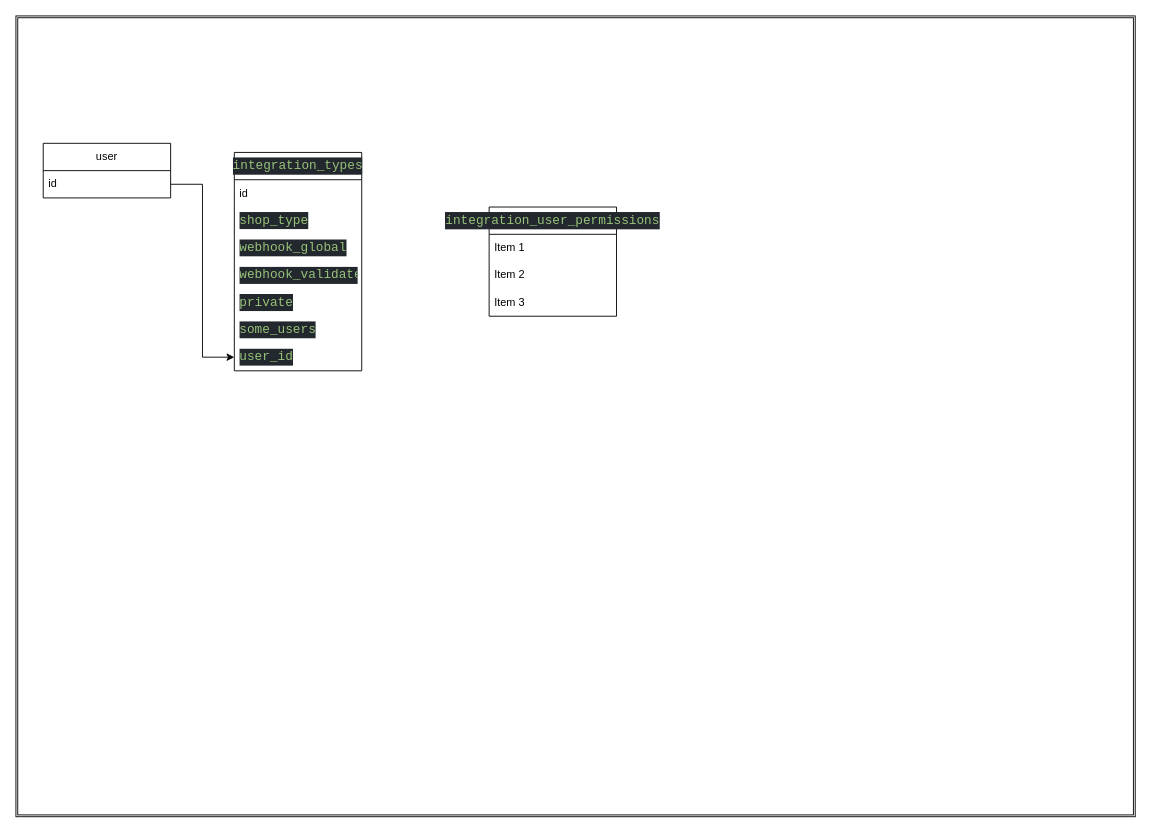
Earlier version of the draw.io diagram page "BD integraciones" (5 of 5) of Diagrama sin título.drawio (jhaineymilevis/diagrams). Source tidied: cells renumbered, new cells numbered last; positions are measured from the earlier drawing's top-left corner, leaving out a move shared by most shapes. Both pictures are drawn from the tidied source at 91%, with x=0, y=0 at pixel (15, 15).
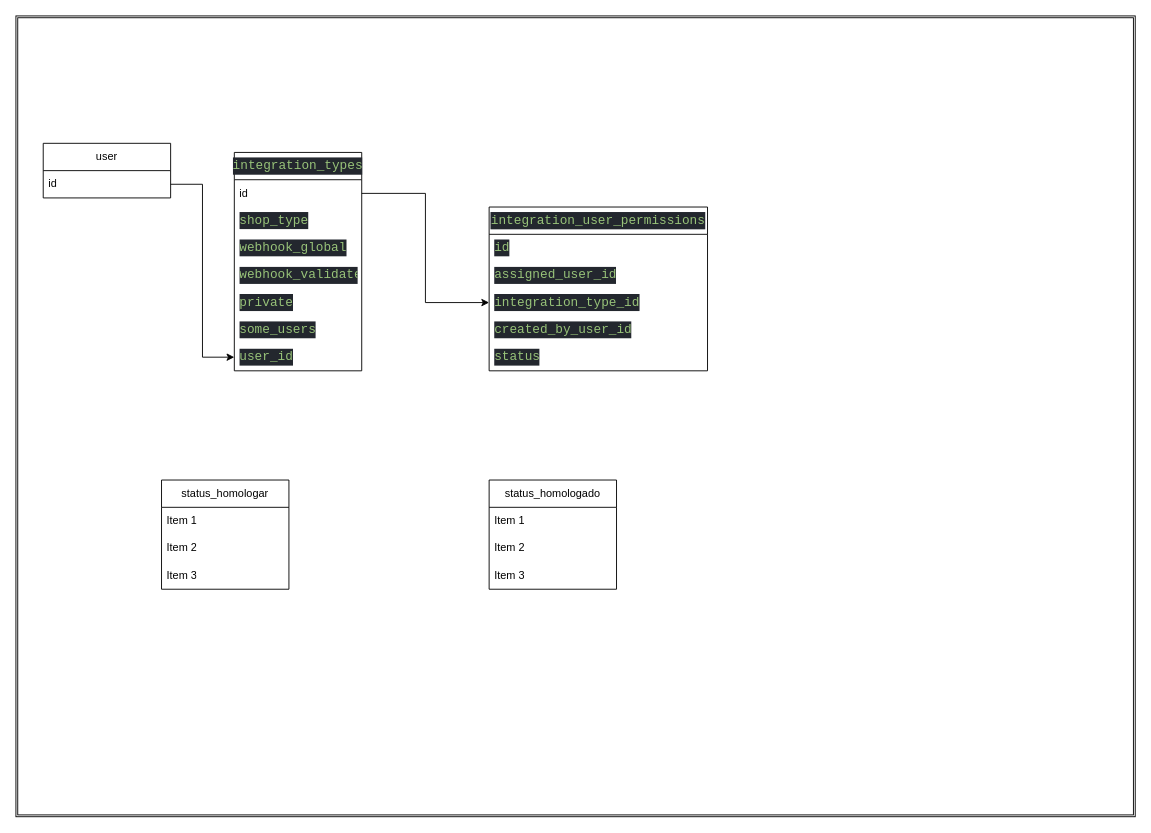
The same diagram, later.

Unchanged cells that the change refers to:
```xml
<mxCell id="4" value="id" style="text;strokeColor=none;fillColor=none;align=left;verticalAlign=middle;spacingLeft=4;spacingRight=4;overflow=hidden;points=[[0,0.5],[1,0.5]];portConstraint=eastwest;whiteSpace=wrap;html=1;" parent="3" vertex="1">
  <mxGeometry y="30" width="140" height="30" as="geometry" />
</mxCell>
```

Change to the diagram source:
```diff
@@
     <mxCell id="14" value="&lt;div style=&quot;color: rgb(171, 178, 191); background-color: rgb(35, 39, 46); font-family: Consolas, &amp;quot;Courier New&amp;quot;, monospace; font-size: 14px; line-height: 19px; white-space: pre;&quot;&gt;&lt;span style=&quot;color: #98c379;&quot;&gt;integration_user_permissions&lt;/span&gt;&lt;/div&gt;" style="swimlane;fontStyle=0;horizontal=1;startSize=30;whiteSpace=wrap;html=1;" parent="1" vertex="1">
-      <mxGeometry x="520" y="210" width="140" height="120" as="geometry" />
+      <mxGeometry x="520" y="210" width="240" height="180" as="geometry" />
     </mxCell>
-    <mxCell id="15" value="Item 1" style="text;strokeColor=none;fillColor=none;align=left;verticalAlign=middle;spacingLeft=4;spacingRight=4;overflow=hidden;whiteSpace=wrap;html=1;" parent="14" vertex="1">
-      <mxGeometry y="30" width="140" height="30" as="geometry" />
+    <mxCell id="15" value="&lt;div style=&quot;color: rgb(171, 178, 191); background-color: rgb(35, 39, 46); font-family: Consolas, &amp;quot;Courier New&amp;quot;, monospace; font-size: 14px; line-height: 19px; white-space: pre;&quot;&gt;&lt;span style=&quot;color: #98c379;&quot;&gt;id&lt;/span&gt;&lt;/div&gt;" style="text;strokeColor=none;fillColor=none;align=left;verticalAlign=middle;spacingLeft=4;spacingRight=4;overflow=hidden;whiteSpace=wrap;html=1;" parent="14" vertex="1">
+      <mxGeometry y="30" width="240" height="30" as="geometry" />
     </mxCell>
-    <mxCell id="16" value="Item 2" style="text;strokeColor=none;fillColor=none;align=left;verticalAlign=middle;spacingLeft=4;spacingRight=4;overflow=hidden;whiteSpace=wrap;html=1;" parent="14" vertex="1">
-      <mxGeometry y="60" width="140" height="30" as="geometry" />
+    <mxCell id="16" value="&lt;div style=&quot;color: rgb(171, 178, 191); background-color: rgb(35, 39, 46); font-family: Consolas, &amp;quot;Courier New&amp;quot;, monospace; font-size: 14px; line-height: 19px; white-space: pre;&quot;&gt;&lt;span style=&quot;color: #98c379;&quot;&gt;assigned_user_id&lt;/span&gt;&lt;/div&gt;" style="text;strokeColor=none;fillColor=none;align=left;verticalAlign=middle;spacingLeft=4;spacingRight=4;overflow=hidden;whiteSpace=wrap;html=1;" parent="14" vertex="1">
+      <mxGeometry y="60" width="240" height="30" as="geometry" />
     </mxCell>
-    <mxCell id="17" value="Item 3" style="text;strokeColor=none;fillColor=none;align=left;verticalAlign=middle;spacingLeft=4;spacingRight=4;overflow=hidden;points=[[0,0.5],[1,0.5]];portConstraint=eastwest;whiteSpace=wrap;html=1;" parent="14" vertex="1">
-      <mxGeometry y="90" width="140" height="30" as="geometry" />
+    <mxCell id="17" value="&lt;div style=&quot;color: rgb(171, 178, 191); background-color: rgb(35, 39, 46); font-family: Consolas, &amp;quot;Courier New&amp;quot;, monospace; font-size: 14px; line-height: 19px; white-space: pre;&quot;&gt;&lt;span style=&quot;color: #98c379;&quot;&gt;integration_type_id&lt;/span&gt;&lt;/div&gt;" style="text;strokeColor=none;fillColor=none;align=left;verticalAlign=middle;spacingLeft=4;spacingRight=4;overflow=hidden;points=[[0,0.5],[1,0.5]];portConstraint=eastwest;whiteSpace=wrap;html=1;" parent="14" vertex="1">
+      <mxGeometry y="90" width="240" height="30" as="geometry" />
     </mxCell>
+    <mxCell id="18" value="&lt;div style=&quot;color: rgb(171, 178, 191); background-color: rgb(35, 39, 46); font-family: Consolas, &amp;quot;Courier New&amp;quot;, monospace; font-size: 14px; line-height: 19px; white-space: pre;&quot;&gt;&lt;div style=&quot;line-height: 19px;&quot;&gt;&lt;span style=&quot;color: #98c379;&quot;&gt;created_by_user_id&lt;/span&gt;&lt;/div&gt;&lt;/div&gt;" style="text;strokeColor=none;fillColor=none;align=left;verticalAlign=middle;spacingLeft=4;spacingRight=4;overflow=hidden;whiteSpace=wrap;html=1;" parent="14" vertex="1">
+      <mxGeometry y="120" width="240" height="30" as="geometry" />
+    </mxCell>
+    <mxCell id="19" value="&lt;div style=&quot;color: rgb(171, 178, 191); background-color: rgb(35, 39, 46); font-family: Consolas, &amp;quot;Courier New&amp;quot;, monospace; font-size: 14px; line-height: 19px; white-space: pre;&quot;&gt;&lt;div style=&quot;line-height: 19px;&quot;&gt;&lt;div style=&quot;line-height: 19px;&quot;&gt;&lt;span style=&quot;color: #98c379;&quot;&gt;status&lt;/span&gt;&lt;/div&gt;&lt;/div&gt;&lt;/div&gt;" style="text;strokeColor=none;fillColor=none;align=left;verticalAlign=middle;spacingLeft=4;spacingRight=4;overflow=hidden;whiteSpace=wrap;html=1;" parent="14" vertex="1">
+      <mxGeometry y="150" width="240" height="30" as="geometry" />
+    </mxCell>
+    <mxCell id="20" style="edgeStyle=orthogonalEdgeStyle;rounded=0;jettySize=auto;html=1;exitX=1;exitY=0.5;exitDx=0;exitDy=0;entryX=0;entryY=0.5;entryDx=0;entryDy=0;" parent="1" edge="1" source="4" target="17">
+      <mxGeometry relative="1" as="geometry" />
+    </mxCell>
+    <mxCell id="21" value="status_homologar" style="swimlane;fontStyle=0;horizontal=1;startSize=30;whiteSpace=wrap;html=1;" parent="1" vertex="1">
+      <mxGeometry x="160" y="510" width="140" height="120" as="geometry" />
+    </mxCell>
+    <mxCell id="22" value="Item 1" style="text;strokeColor=none;fillColor=none;align=left;verticalAlign=middle;spacingLeft=4;spacingRight=4;overflow=hidden;whiteSpace=wrap;html=1;" parent="21" vertex="1">
+      <mxGeometry y="30" width="140" height="30" as="geometry" />
+    </mxCell>
+    <mxCell id="23" value="Item 2" style="text;strokeColor=none;fillColor=none;align=left;verticalAlign=middle;spacingLeft=4;spacingRight=4;overflow=hidden;whiteSpace=wrap;html=1;" parent="21" vertex="1">
+      <mxGeometry y="60" width="140" height="30" as="geometry" />
+    </mxCell>
+    <mxCell id="24" value="Item 3" style="text;strokeColor=none;fillColor=none;align=left;verticalAlign=middle;spacingLeft=4;spacingRight=4;overflow=hidden;whiteSpace=wrap;html=1;" parent="21" vertex="1">
+      <mxGeometry y="90" width="140" height="30" as="geometry" />
+    </mxCell>
+    <mxCell id="25" value="status_homologado" style="swimlane;fontStyle=0;horizontal=1;startSize=30;whiteSpace=wrap;html=1;" parent="1" vertex="1">
+      <mxGeometry x="520" y="510" width="140" height="120" as="geometry" />
+    </mxCell>
+    <mxCell id="26" value="Item 1" style="text;strokeColor=none;fillColor=none;align=left;verticalAlign=middle;spacingLeft=4;spacingRight=4;overflow=hidden;whiteSpace=wrap;html=1;" parent="25" vertex="1">
+      <mxGeometry y="30" width="140" height="30" as="geometry" />
+    </mxCell>
+    <mxCell id="27" value="Item 2" style="text;strokeColor=none;fillColor=none;align=left;verticalAlign=middle;spacingLeft=4;spacingRight=4;overflow=hidden;whiteSpace=wrap;html=1;" parent="25" vertex="1">
+      <mxGeometry y="60" width="140" height="30" as="geometry" />
+    </mxCell>
+    <mxCell id="28" value="Item 3" style="text;strokeColor=none;fillColor=none;align=left;verticalAlign=middle;spacingLeft=4;spacingRight=4;overflow=hidden;whiteSpace=wrap;html=1;" parent="25" vertex="1">
+      <mxGeometry y="90" width="140" height="30" as="geometry" />
+    </mxCell>
```
